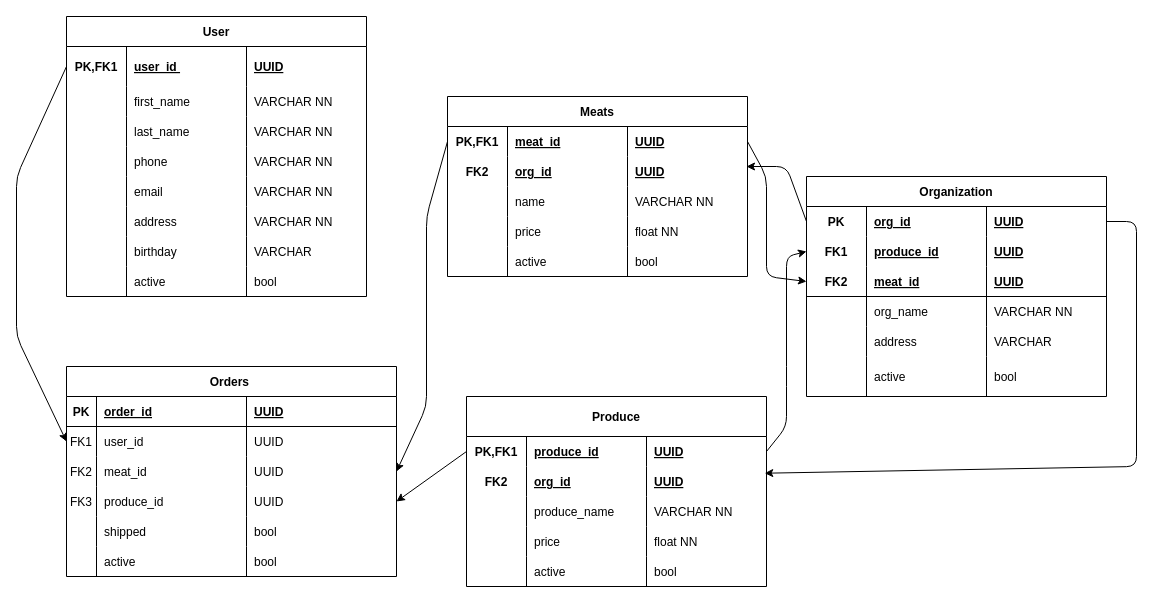
Above: erd.drawio in mitchell-devpipline/BEcapstone (draw.io), before the change. Source tidied: cells renumbered, new cells numbered last; positions are measured from the earlier drawing's top-left corner, leaving out a move shared by most shapes. Both pictures are drawn from the tidied source at 100%, with x=0, y=0 at pixel (16, 16).
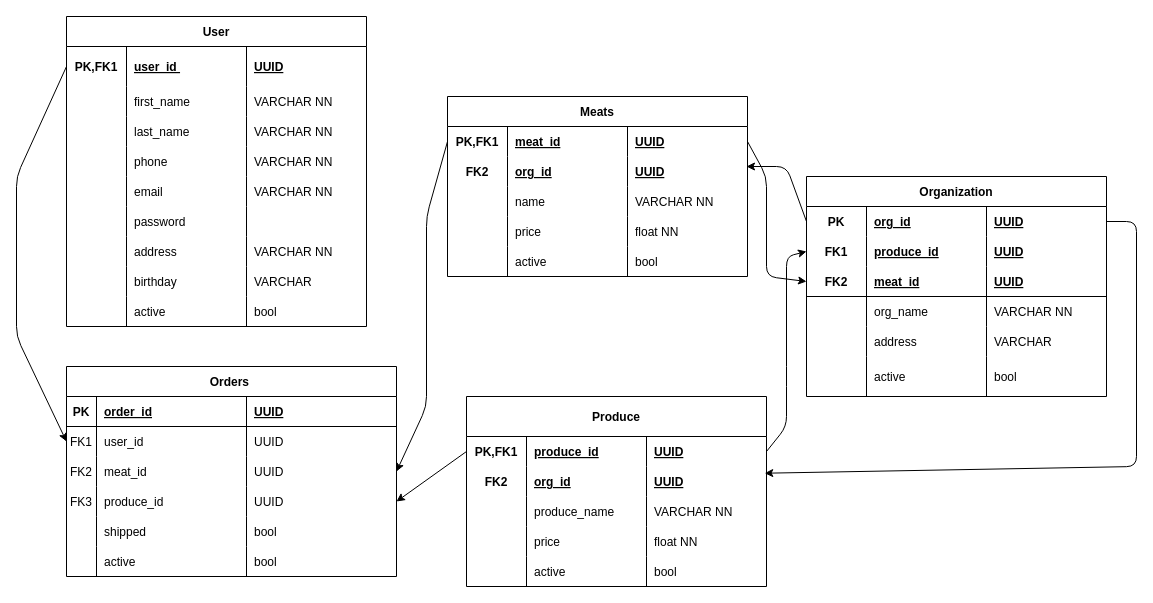
The same page after the edit.

Commit message (it also covers changes not shown here):
adding password to user table

The edit, as a diff of the source:
```diff
@@
     <mxCell id="2" value="User" style="shape=table;startSize=30;childLayout=tableLayout;rowLines=0;fontStyle=1;align=center;" parent="1" vertex="1">
-      <mxGeometry x="50" width="300" height="280" as="geometry" />
+      <mxGeometry x="50" width="300" height="310" as="geometry" />
     </mxCell>
@@
+    <mxCell id="135" style="shape=tableRow;horizontal=0;startSize=0;swimlaneHead=0;swimlaneBody=0;fillColor=none;top=0;left=0;right=0;bottom=0;" parent="2" vertex="1">
+      <mxGeometry y="190" width="300" height="30" as="geometry" />
+    </mxCell>
+    <mxCell id="136" style="shape=partialRectangle;fillColor=none;top=0;left=0;bottom=0;right=0;overflow=hidden;" parent="135" vertex="1">
+      <mxGeometry width="60" height="30" as="geometry" />
+    </mxCell>
+    <mxCell id="137" value="password " style="shape=partialRectangle;fillColor=none;top=0;left=0;bottom=0;right=0;align=left;spacingLeft=6;overflow=hidden;" parent="135" vertex="1">
+      <mxGeometry x="60" width="120" height="30" as="geometry" />
+    </mxCell>
+    <mxCell id="138" style="shape=partialRectangle;fillColor=none;top=0;left=0;bottom=0;right=0;align=left;spacingLeft=6;overflow=hidden;" parent="135" vertex="1">
+      <mxGeometry x="180" width="120" height="30" as="geometry" />
+    </mxCell>
     <mxCell id="23" style="shape=tableRow;horizontal=0;startSize=0;swimlaneHead=0;swimlaneBody=0;fillColor=none;top=0;left=0;right=0;bottom=0;" parent="2" vertex="1">
-      <mxGeometry y="190" width="300" height="30" as="geometry" />
+      <mxGeometry y="220" width="300" height="30" as="geometry" />
     </mxCell>
@@
     <mxCell id="27" style="shape=tableRow;horizontal=0;startSize=0;swimlaneHead=0;swimlaneBody=0;fillColor=none;top=0;left=0;right=0;bottom=0;" parent="2" vertex="1">
-      <mxGeometry y="220" width="300" height="30" as="geometry" />
+      <mxGeometry y="250" width="300" height="30" as="geometry" />
     </mxCell>
@@
     <mxCell id="31" style="shape=tableRow;horizontal=0;startSize=0;swimlaneHead=0;swimlaneBody=0;fillColor=none;top=0;left=0;right=0;bottom=0;" parent="2" vertex="1">
-      <mxGeometry y="250" width="300" height="30" as="geometry" />
+      <mxGeometry y="280" width="300" height="30" as="geometry" />
     </mxCell>
```
